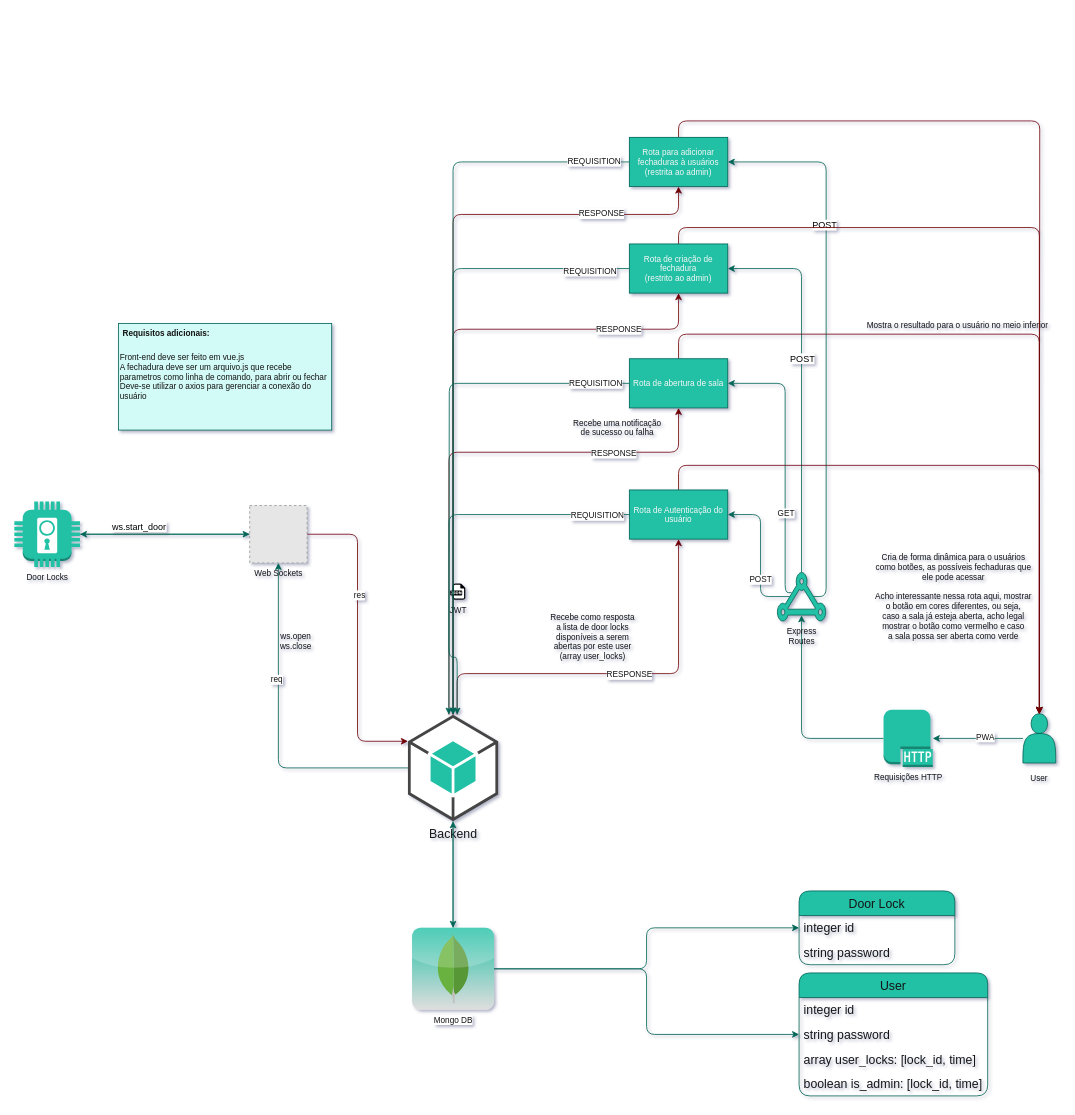
This is t2.drawio from romuloschiavon/T2-WebDev, a draw.io file, before an edit. Source tidied: cells renumbered, new cells numbered last; positions are measured from the earlier drawing's top-left corner, leaving out a move shared by most shapes. Both pictures are drawn from the tidied source at 82%, with x=0, y=0 at pixel (14, 137). Pictures stored in the file or linked from it are replaced by grey dashed boxes.
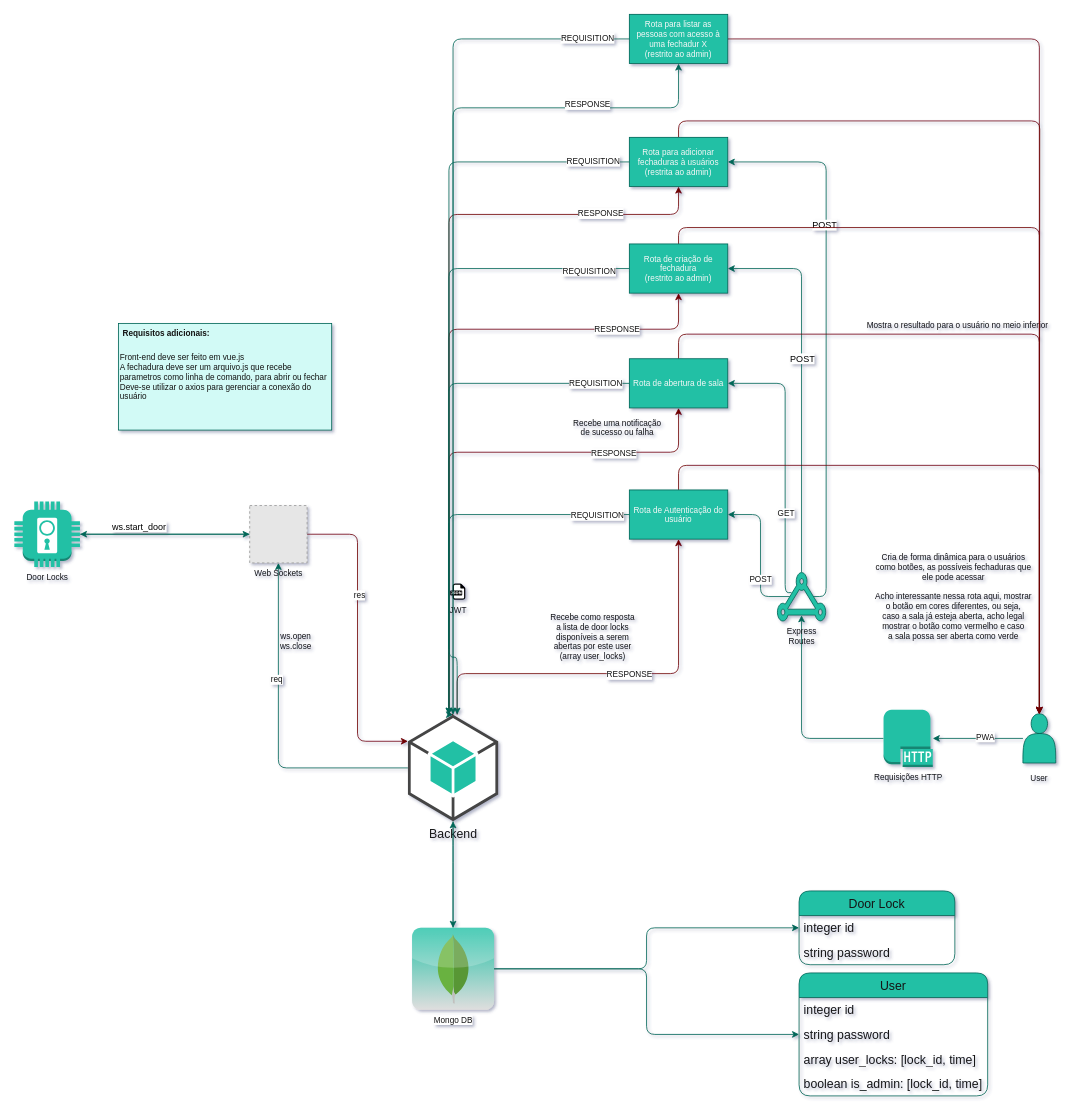
The same page after the edit.

The change refers to these unchanged cells:
```xml
<mxCell id="6" value="&lt;p style=&quot;line-height: 120%;&quot;&gt;&lt;span style=&quot;background-color: initial;&quot;&gt;&lt;font style=&quot;font-size: 10px;&quot;&gt;&lt;br&gt;&lt;/font&gt;&lt;/span&gt;&lt;/p&gt;&lt;p style=&quot;line-height: 120%;&quot;&gt;&lt;span style=&quot;background-color: initial;&quot;&gt;&lt;font style=&quot;font-size: 10px;&quot;&gt;&lt;br&gt;&lt;/font&gt;&lt;/span&gt;&lt;/p&gt;&lt;p style=&quot;line-height: 120%;&quot;&gt;&lt;span style=&quot;background-color: initial;&quot;&gt;&lt;br&gt;User&lt;/span&gt;&lt;br&gt;&lt;/p&gt;" style="shape=actor;whiteSpace=wrap;html=1;fontFamily=Helvetica;align=center;fillColor=#21C0A5;strokeColor=#006658;fontColor=#141414;rounded=1;fontSize=10;verticalAlign=top;dashed=0;" parent="1" vertex="1">
  <mxGeometry x="1230" y="703" width="40" height="60" as="geometry" />
</mxCell>
<mxCell id="17" value="Backend" style="outlineConnect=0;dashed=0;verticalLabelPosition=bottom;verticalAlign=top;align=center;html=1;shape=mxgraph.aws3.android;fillColor=#21C0A5;fontFamily=Helvetica;fontSize=15;strokeColor=#006658;fontColor=#141414;rounded=1;" parent="1" vertex="1">
  <mxGeometry x="480" y="704" width="110" height="130" as="geometry" />
</mxCell>
<mxCell id="56" value="&lt;font color=&quot;#f7f7f7&quot;&gt;Rota de abertura de sala&lt;/font&gt;" style="rounded=0;whiteSpace=wrap;html=1;dashed=0;strokeColor=#006658;fontFamily=Helvetica;fontSize=10;fontColor=#141414;fillColor=#21C0A5;" parent="1" vertex="1">
  <mxGeometry x="750" y="270" width="120" height="60" as="geometry" />
</mxCell>
<mxCell id="67" value="&lt;font color=&quot;#f7f7f7&quot;&gt;Rota de criação de fechadura&lt;br&gt;(restrito ao admin)&lt;br&gt;&lt;/font&gt;" style="rounded=0;whiteSpace=wrap;html=1;dashed=0;strokeColor=#006658;fontFamily=Helvetica;fontSize=10;fontColor=#141414;fillColor=#21C0A5;" parent="1" vertex="1">
  <mxGeometry x="750" y="130" width="120" height="60" as="geometry" />
</mxCell>
<mxCell id="71" value="&lt;font color=&quot;#f7f7f7&quot;&gt;Rota para adicionar fechaduras à usuários&lt;br&gt;(restrita ao admin)&lt;br&gt;&lt;/font&gt;" style="rounded=0;whiteSpace=wrap;html=1;dashed=0;strokeColor=#006658;fontFamily=Helvetica;fontSize=10;fontColor=#141414;fillColor=#21C0A5;" parent="1" vertex="1">
  <mxGeometry x="750" width="120" height="60" as="geometry" />
</mxCell>
```

Diff of the diagram source:
```diff
@@
     <mxCell id="13" style="edgeStyle=orthogonalEdgeStyle;rounded=1;jettySize=auto;html=1;exitX=0.5;exitY=0;exitDx=0;exitDy=0;exitPerimeter=0;strokeColor=#6F0000;" parent="1" edge="1" source="17" target="67">
       <mxGeometry relative="1" as="geometry">
         <Array as="points">
-          <mxPoint x="535" y="234" />
+          <mxPoint x="530" y="704" />
+          <mxPoint x="530" y="234" />
           <mxPoint x="810" y="234" />
         </Array>
       </mxGeometry>
     </mxCell>
@@
     <mxCell id="15" style="edgeStyle=orthogonalEdgeStyle;rounded=1;jettySize=auto;html=1;exitX=0.5;exitY=0;exitDx=0;exitDy=0;exitPerimeter=0;entryX=0.5;entryY=1;entryDx=0;entryDy=0;strokeColor=#6F0000;" parent="1" edge="1" source="17" target="71">
       <mxGeometry relative="1" as="geometry">
         <Array as="points">
-          <mxPoint x="535" y="94" />
+          <mxPoint x="530" y="704" />
+          <mxPoint x="530" y="94" />
           <mxPoint x="810" y="94" />
         </Array>
       </mxGeometry>
     </mxCell>
@@
+    <mxCell id="72" style="edgeStyle=orthogonalEdgeStyle;rounded=1;jettySize=auto;html=1;exitX=0.5;exitY=0;exitDx=0;exitDy=0;exitPerimeter=0;entryX=0.5;entryY=1;entryDx=0;entryDy=0;strokeColor=#006658;" parent="1" edge="1" source="17" target="77">
+      <mxGeometry relative="1" as="geometry">
+        <Array as="points">
+          <mxPoint x="535" y="-36" />
+          <mxPoint x="810" y="-36" />
+        </Array>
+      </mxGeometry>
+    </mxCell>
+    <mxCell id="73" value="&lt;span style=&quot;color: rgb(20, 20, 20); font-size: 10px;&quot;&gt;RESPONSE&lt;br&gt;&lt;/span&gt;" style="edgeLabel;html=1;align=center;verticalAlign=middle;" parent="72" vertex="1">
+      <mxGeometry x="0.69" y="5" relative="1" as="geometry" />
+    </mxCell>
@@
     <mxCell id="53" style="edgeStyle=orthogonalEdgeStyle;shape=connector;rounded=1;jettySize=auto;html=1;labelBackgroundColor=default;strokeColor=#006658;fontFamily=Helvetica;fontSize=10;fontColor=#141414;endArrow=classic;endFill=1;exitX=0;exitY=0.5;exitDx=0;exitDy=0;" parent="1" edge="1" source="56">
       <mxGeometry relative="1" as="geometry">
         <mxPoint x="529.9" y="704" as="targetPoint" />
+        <Array as="points">
+          <mxPoint x="530" y="300" />
+        </Array>
       </mxGeometry>
     </mxCell>
@@
     <mxCell id="64" style="edgeStyle=orthogonalEdgeStyle;rounded=1;jettySize=auto;html=1;exitX=0;exitY=0.5;exitDx=0;exitDy=0;entryX=0.5;entryY=0;entryDx=0;entryDy=0;entryPerimeter=0;strokeColor=#006658;" parent="1" edge="1" source="67" target="17">
-      <mxGeometry relative="1" as="geometry" />
+      <mxGeometry relative="1" as="geometry">
+        <Array as="points">
+          <mxPoint x="530" y="160" />
+          <mxPoint x="530" y="704" />
+        </Array>
+      </mxGeometry>
     </mxCell>
@@
     <mxCell id="68" style="edgeStyle=orthogonalEdgeStyle;rounded=1;jettySize=auto;html=1;exitX=0;exitY=0.5;exitDx=0;exitDy=0;strokeColor=#006658;" parent="1" edge="1" source="71" target="17">
-      <mxGeometry relative="1" as="geometry" />
+      <mxGeometry relative="1" as="geometry">
+        <Array as="points">
+          <mxPoint x="530" y="30" />
+        </Array>
+      </mxGeometry>
     </mxCell>
@@
+    <mxCell id="74" style="edgeStyle=orthogonalEdgeStyle;rounded=1;jettySize=auto;html=1;exitX=0;exitY=0.5;exitDx=0;exitDy=0;entryX=0.5;entryY=0;entryDx=0;entryDy=0;entryPerimeter=0;strokeColor=#006658;" parent="1" edge="1" source="77" target="17">
+      <mxGeometry relative="1" as="geometry" />
+    </mxCell>
+    <mxCell id="75" value="&lt;span style=&quot;color: rgb(20, 20, 20); font-size: 10px;&quot;&gt;REQUISITION&lt;/span&gt;" style="edgeLabel;html=1;align=center;verticalAlign=middle;" parent="74" vertex="1">
+      <mxGeometry x="-0.9" y="-2" relative="1" as="geometry" />
+    </mxCell>
+    <mxCell id="76" style="edgeStyle=orthogonalEdgeStyle;rounded=1;jettySize=auto;html=1;exitX=1;exitY=0.5;exitDx=0;exitDy=0;entryX=0.5;entryY=0;entryDx=0;entryDy=0;strokeColor=#6F0000;" parent="1" edge="1" source="77" target="6">
+      <mxGeometry relative="1" as="geometry" />
+    </mxCell>
+    <mxCell id="77" value="&lt;font color=&quot;#f7f7f7&quot;&gt;Rota para listar as pessoas com acesso à uma fechadur X&lt;br&gt;(restrito ao admin)&lt;br&gt;&lt;/font&gt;" style="rounded=0;whiteSpace=wrap;html=1;dashed=0;strokeColor=#006658;fontFamily=Helvetica;fontSize=10;fontColor=#141414;fillColor=#21C0A5;" parent="1" vertex="1">
+      <mxGeometry x="750" y="-150" width="120" height="60" as="geometry" />
+    </mxCell>
```
